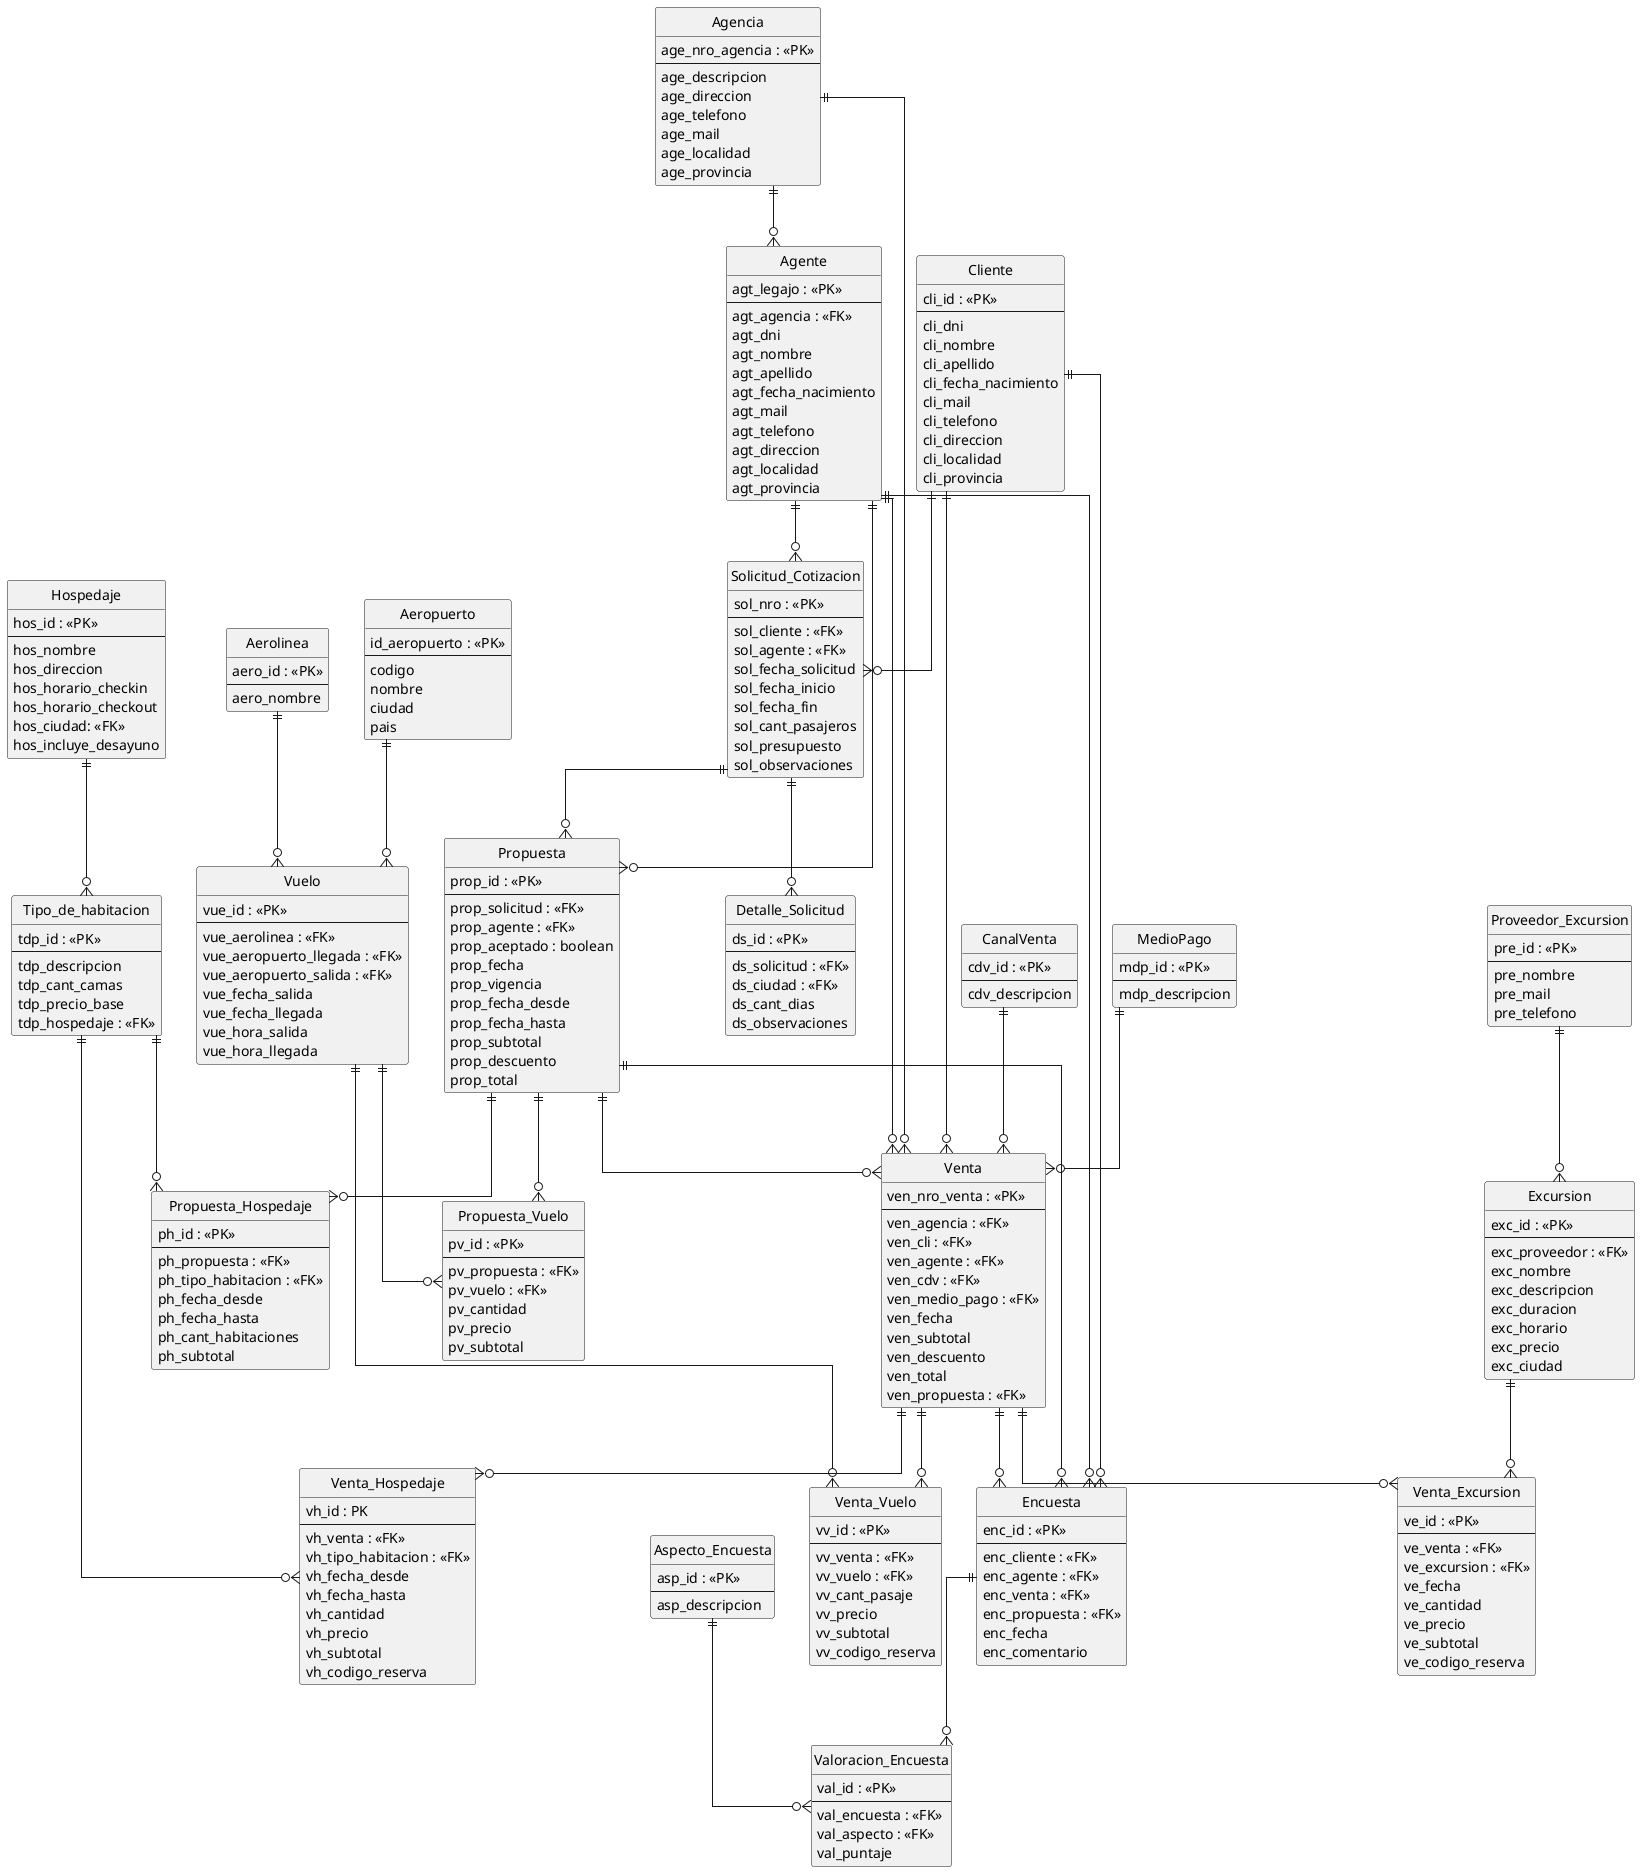
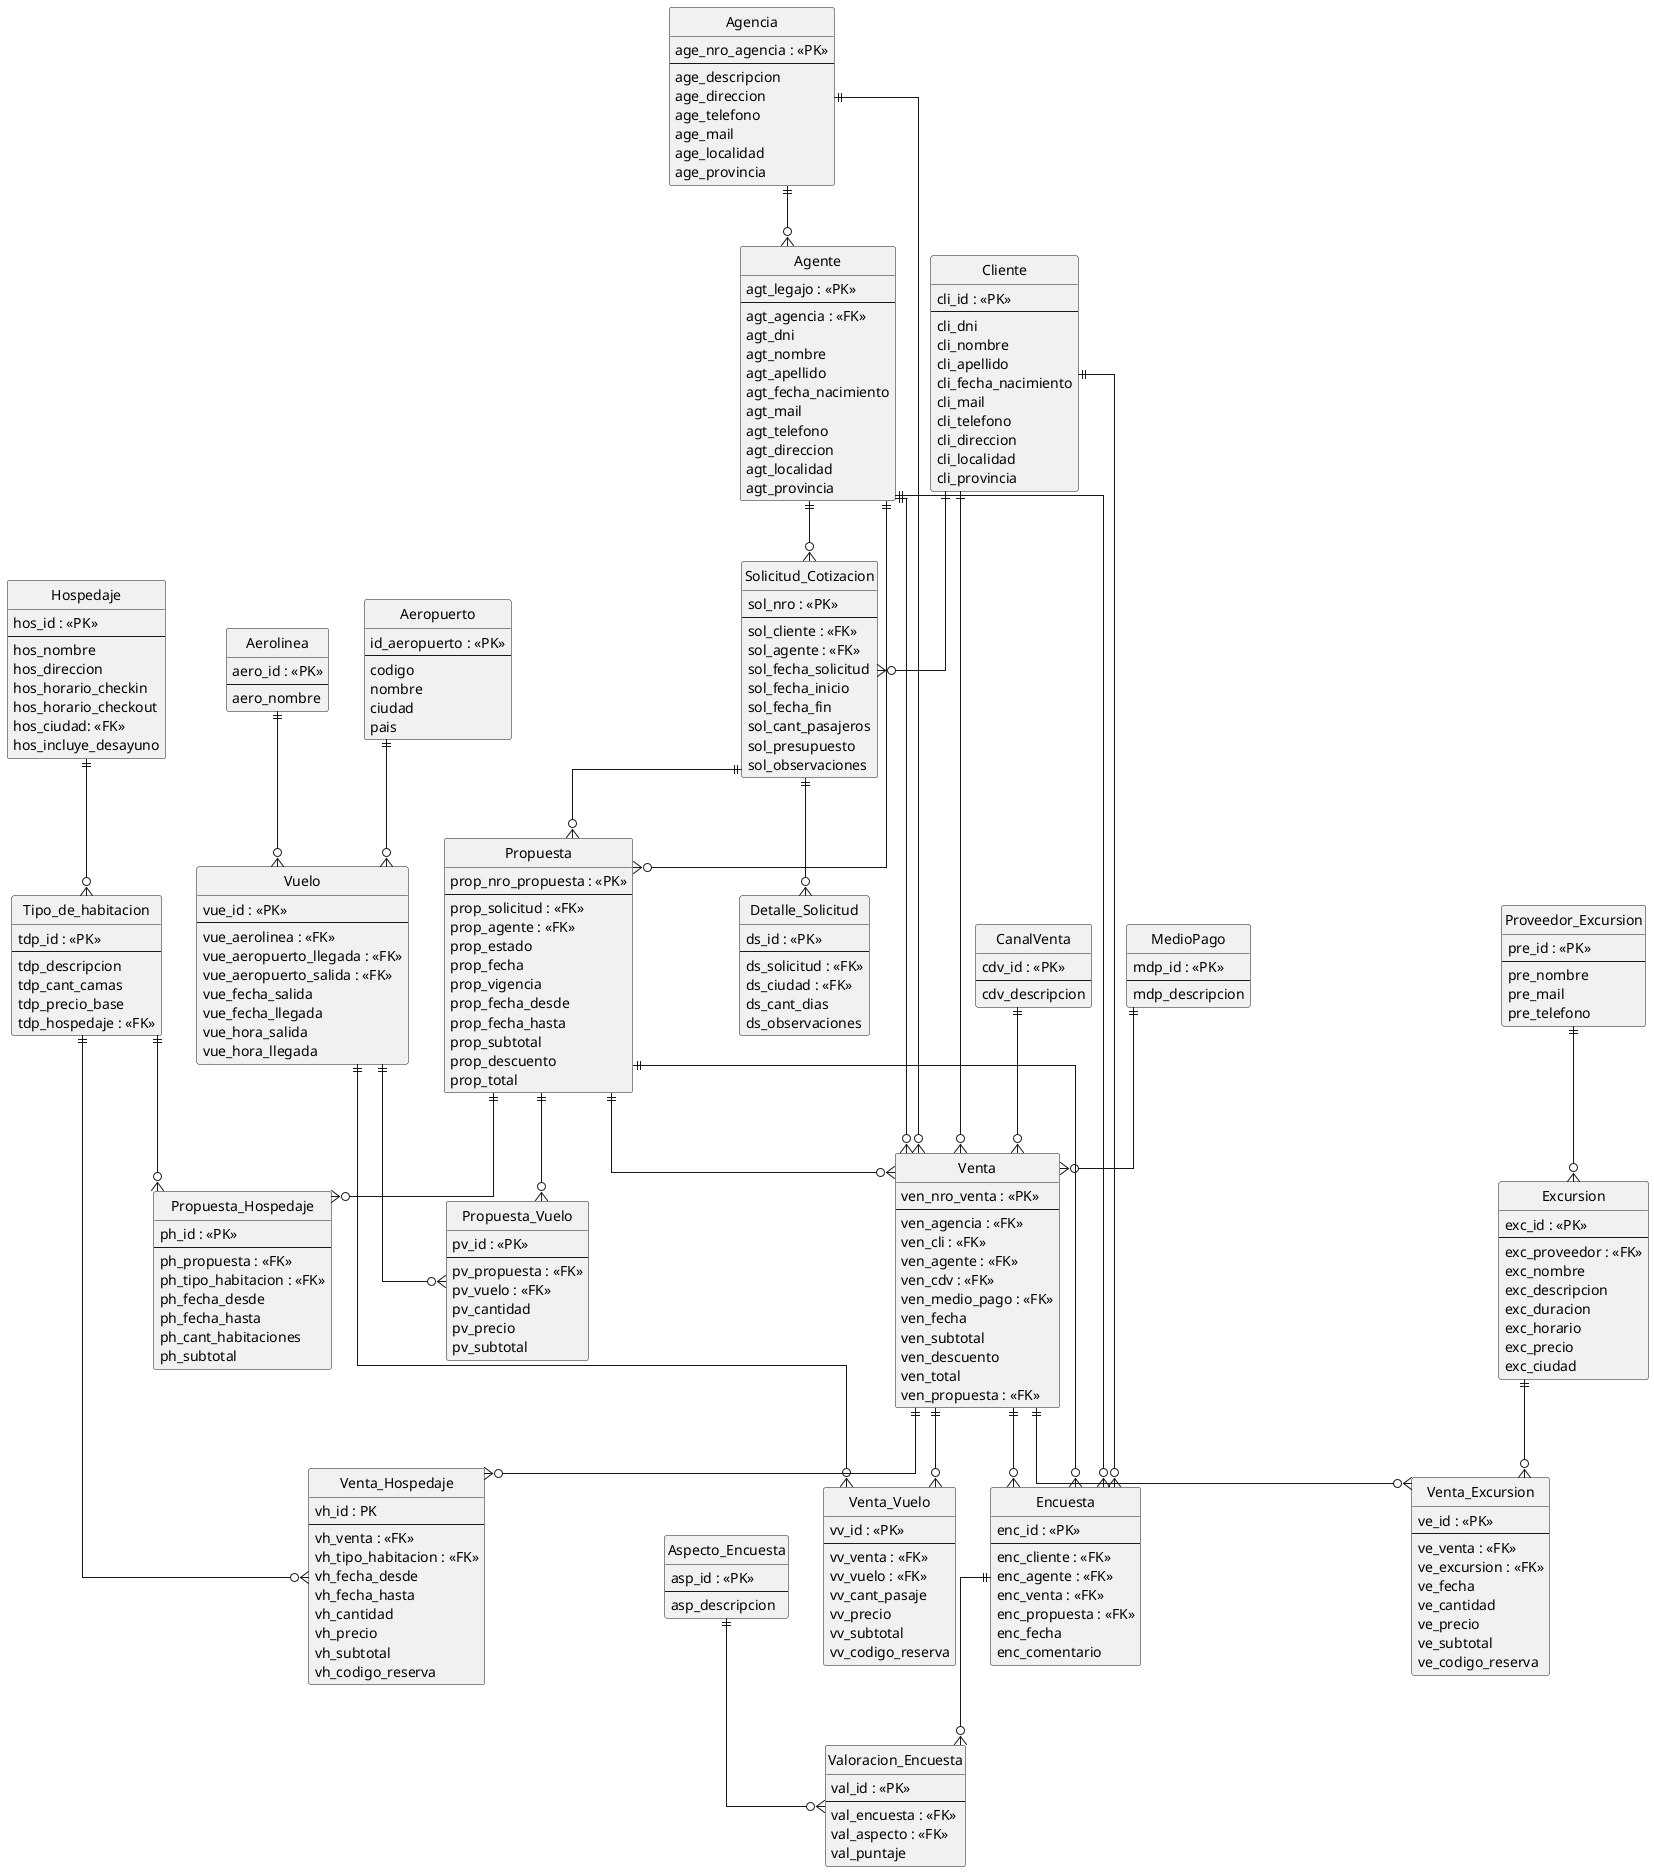
@startuml
hide circle
skinparam linetype ortho

entity Agencia {
  age_nro_agencia : <<PK>>
  --
  age_descripcion
  age_direccion
  age_telefono
  age_mail
  age_localidad
  age_provincia
}

entity Cliente {
  cli_id : <<PK>>
  --
  cli_dni
  cli_nombre
  cli_apellido
  cli_fecha_nacimiento
  cli_mail
  cli_telefono
  cli_direccion
  cli_localidad
  cli_provincia
}

entity Agente {
  agt_legajo : <<PK>>
  --
  agt_agencia : <<FK>>
  agt_dni
  agt_nombre
  agt_apellido
  agt_fecha_nacimiento
  agt_mail
  agt_telefono
  agt_direccion
  agt_localidad
  agt_provincia
}

entity CanalVenta {
  cdv_id : <<PK>>
  --
  cdv_descripcion
}

entity MedioPago {
  mdp_id : <<PK>>
  --
  mdp_descripcion
}

entity Aerolinea {
  aero_id : <<PK>>
  --
  aero_nombre
}

entity Aeropuerto {
  id_aeropuerto : <<PK>>
  --
  codigo
  nombre
  ciudad
  pais
}

entity Vuelo {
  vue_id : <<PK>>
  --
  vue_aerolinea : <<FK>>
  vue_aeropuerto_llegada : <<FK>>
  vue_aeropuerto_salida : <<FK>>
  vue_fecha_salida
  vue_fecha_llegada
  vue_hora_salida
  vue_hora_llegada
}

entity Hospedaje {
  hos_id : <<PK>>
  --
  hos_nombre
  hos_direccion
  hos_horario_checkin
  hos_horario_checkout
  hos_ciudad: <<FK>>
  hos_incluye_desayuno
}

entity Tipo_de_habitacion {
  tdp_id : <<PK>>
  --
  tdp_descripcion
  tdp_cant_camas
  tdp_precio_base
  tdp_hospedaje : <<FK>>
}

entity Proveedor_Excursion {
  pre_id : <<PK>>
  --
  pre_nombre
  pre_mail
  pre_telefono
}

entity Excursion {
  exc_id : <<PK>>
  --
  exc_proveedor : <<FK>>
  exc_nombre
  exc_descripcion
  exc_duracion
  exc_horario
  exc_precio
  exc_ciudad
}

entity Venta {
  ven_nro_venta : <<PK>>
  --
  ven_agencia : <<FK>>
  ven_cli : <<FK>>
  ven_agente : <<FK>>
  ven_cdv : <<FK>>
  ven_medio_pago : <<FK>>
  ven_fecha
  ven_subtotal
  ven_descuento
  ven_total
  ven_propuesta : <<FK>>
}

entity Venta_Vuelo {
  vv_id : <<PK>>
  --
  vv_venta : <<FK>>
  vv_vuelo : <<FK>>
  vv_cant_pasaje
  vv_precio
  vv_subtotal
  vv_codigo_reserva
}

entity Venta_Hospedaje {
  vh_id : PK
  --
  vh_venta : <<FK>>
  vh_tipo_habitacion : <<FK>>
  vh_fecha_desde
  vh_fecha_hasta
  vh_cantidad
  vh_precio
  vh_subtotal
  vh_codigo_reserva
}

entity Venta_Excursion {
  ve_id : <<PK>>
  --
  ve_venta : <<FK>>
  ve_excursion : <<FK>>
  ve_fecha
  ve_cantidad
  ve_precio
  ve_subtotal
  ve_codigo_reserva
}

entity Solicitud_Cotizacion {
  sol_nro : <<PK>>
  --
  sol_cliente : <<FK>>
  sol_agente : <<FK>>
  sol_fecha_solicitud
  sol_fecha_inicio
  sol_fecha_fin
  sol_cant_pasajeros
  sol_presupuesto
  sol_observaciones
}

entity Detalle_Solicitud {
  ds_id : <<PK>>
  --
  ds_solicitud : <<FK>>
  ds_ciudad : <<FK>>
  ds_cant_dias
  ds_observaciones
}

entity Propuesta {
-   prop_id : <<PK>>
+   prop_nro_propuesta : <<PK>>
  --
  prop_solicitud : <<FK>>
  prop_agente : <<FK>>
-   prop_aceptado : boolean
+   prop_estado
  prop_fecha
  prop_vigencia
  prop_fecha_desde
  prop_fecha_hasta
  prop_subtotal
  prop_descuento
  prop_total
}

entity Propuesta_Vuelo {
  pv_id : <<PK>>
  --
  pv_propuesta : <<FK>>
  pv_vuelo : <<FK>>
  pv_cantidad
  pv_precio
  pv_subtotal
}

entity Propuesta_Hospedaje {
  ph_id : <<PK>>
  --
  ph_propuesta : <<FK>>
  ph_tipo_habitacion : <<FK>>
  ph_fecha_desde
  ph_fecha_hasta
  ph_cant_habitaciones
  ph_subtotal
}

entity Encuesta {
  enc_id : <<PK>>
  --
  enc_cliente : <<FK>>
  enc_agente : <<FK>>
  enc_venta : <<FK>>
  enc_propuesta : <<FK>>
  enc_fecha
  enc_comentario
}

entity Aspecto_Encuesta {
  asp_id : <<PK>>
  --
  asp_descripcion
}

entity Valoracion_Encuesta {
  val_id : <<PK>>
  --
  val_encuesta : <<FK>>
  val_aspecto : <<FK>>
  val_puntaje
}

Agencia ||--o{ Agente
Agencia ||--o{ Venta

Cliente ||--o{ Venta
Cliente ||--o{ Solicitud_Cotizacion
Cliente ||--o{ Encuesta

Agente ||--o{ Venta
Agente ||--o{ Solicitud_Cotizacion
Agente ||--o{ Propuesta
Agente ||--o{ Encuesta

CanalVenta ||--o{ Venta
MedioPago ||--o{ Venta

Aerolinea ||--o{ Vuelo
Aeropuerto ||--o{ Vuelo

Hospedaje ||--o{ Tipo_de_habitacion

Proveedor_Excursion ||--o{ Excursion

Venta ||--o{ Venta_Vuelo
Venta ||--o{ Venta_Hospedaje
Venta ||--o{ Venta_Excursion

Vuelo ||--o{ Venta_Vuelo
Tipo_de_habitacion ||--o{ Venta_Hospedaje
Excursion ||--o{ Venta_Excursion

Solicitud_Cotizacion ||--o{ Detalle_Solicitud
Solicitud_Cotizacion ||--o{ Propuesta

Propuesta ||--o{ Propuesta_Vuelo
Propuesta ||--o{ Propuesta_Hospedaje

Vuelo ||--o{ Propuesta_Vuelo
Tipo_de_habitacion ||--o{ Propuesta_Hospedaje

Propuesta ||--o{ Venta

Encuesta ||--o{ Valoracion_Encuesta
Aspecto_Encuesta ||--o{ Valoracion_Encuesta

Venta ||--o{ Encuesta
Propuesta ||--o{ Encuesta


@enduml
